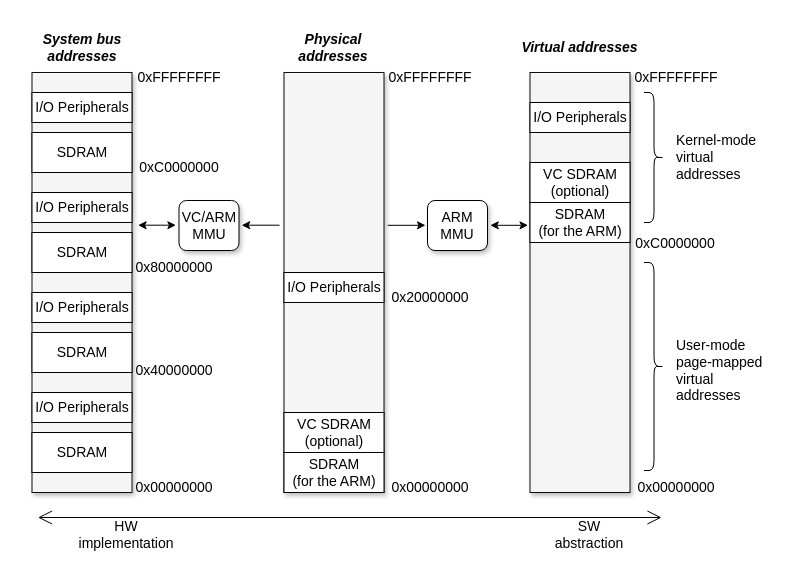
Before: docs/diagrams/theory/mmio.drawio in silhavyj/ZeroMate, a draw.io diagram. Source tidied: cells renumbered, new cells numbered last; positions are measured from the earlier drawing's top-left corner, leaving out a move shared by most shapes. Both pictures are drawn from the tidied source at 100%, with x=0, y=0 at pixel (16, 32).
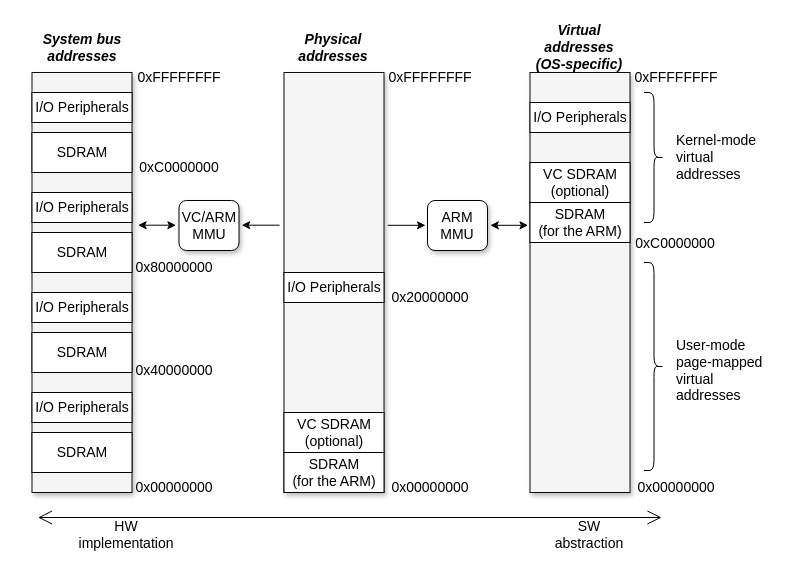
The same diagram, later.

Diff of the diagram source:
```diff
@@
-    <mxCell id="37" value="Virtual addresses" style="text;html=1;strokeColor=none;fillColor=none;align=center;verticalAlign=middle;whiteSpace=wrap;rounded=0;fontFamily=Computer Modern;fontStyle=3;fontSize=14;" parent="1" vertex="1">
-      <mxGeometry x="504.2" width="118.5" height="30" as="geometry" />
+    <mxCell id="37" value="Virtual addresses&lt;br&gt;(OS-specific)" style="text;html=1;strokeColor=none;fillColor=none;align=center;verticalAlign=middle;whiteSpace=wrap;rounded=0;fontFamily=Computer Modern;fontStyle=3;fontSize=14;" parent="1" vertex="1">
+      <mxGeometry x="507.3" y="-15" width="112.4" height="60" as="geometry" />
     </mxCell>
```
